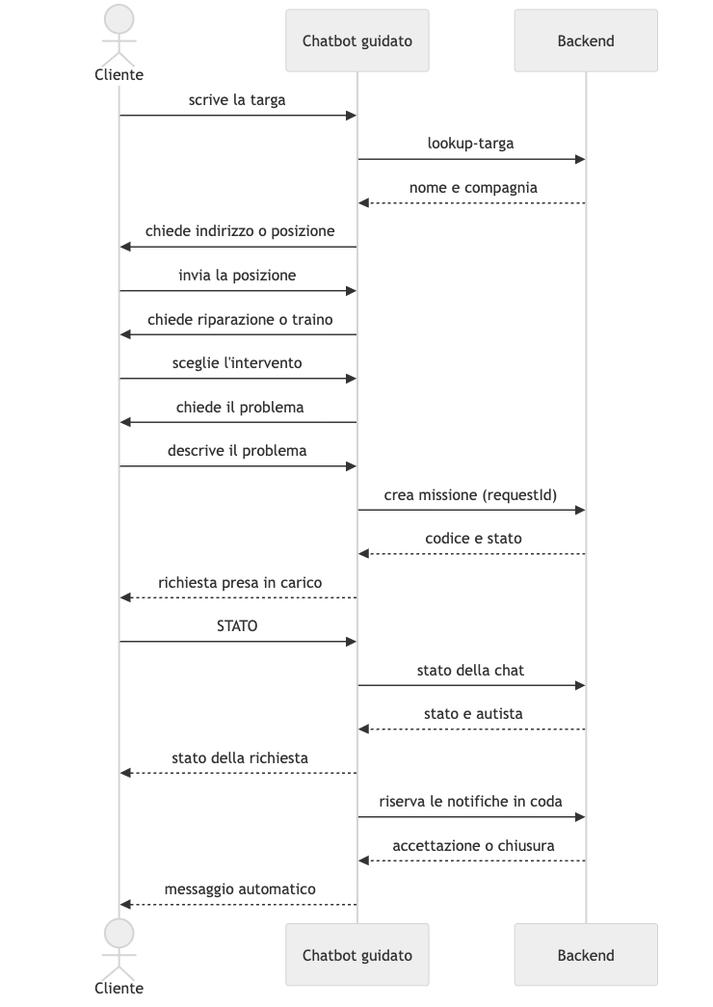
The Mermaid diagram docs/diagrams/rendered/chatbot_sequence.png in coluccimarco/fornitori-soccorso, before a commit. Its source is kept beside it as docs/diagrams/chatbot_sequence.mmd.
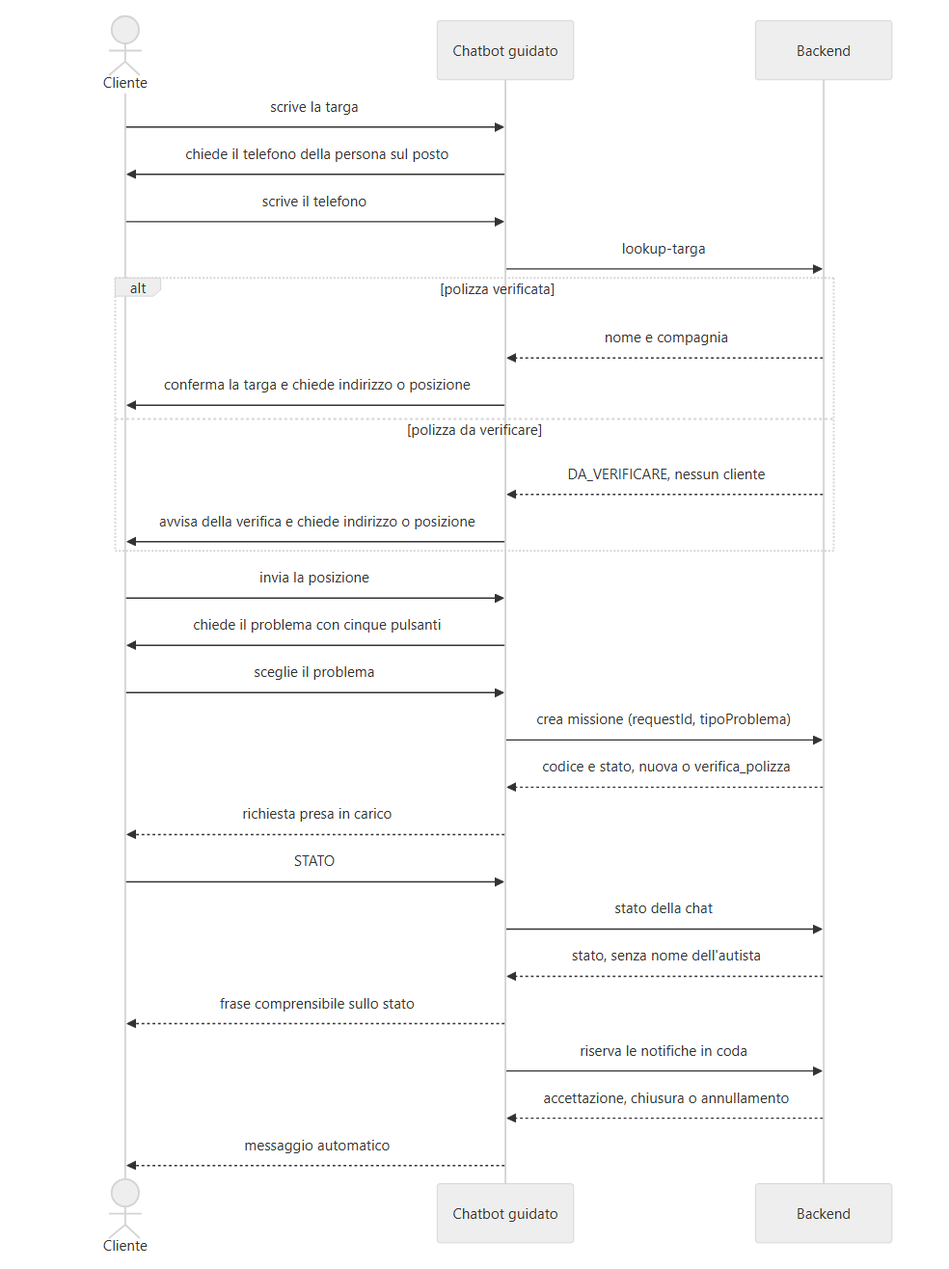
The same file after the commit.

Diff of the diagram source:
```diff
@@ -3,21 +3,26 @@
     participant Bot as Chatbot guidato
     participant API as Backend
     Cliente->>Bot: scrive la targa
+    Bot->>Cliente: chiede il telefono della persona sul posto
+    Cliente->>Bot: scrive il telefono
     Bot->>API: lookup-targa
-    API-->>Bot: nome e compagnia
-    Bot->>Cliente: chiede indirizzo o posizione
+    alt polizza verificata
+        API-->>Bot: nome e compagnia
+        Bot->>Cliente: conferma la targa e chiede indirizzo o posizione
+    else polizza da verificare
+        API-->>Bot: DA_VERIFICARE, nessun cliente
+        Bot->>Cliente: avvisa della verifica e chiede indirizzo o posizione
+    end
     Cliente->>Bot: invia la posizione
-    Bot->>Cliente: chiede riparazione o traino
-    Cliente->>Bot: sceglie l'intervento
-    Bot->>Cliente: chiede il problema
-    Cliente->>Bot: descrive il problema
-    Bot->>API: crea missione (requestId)
-    API-->>Bot: codice e stato
+    Bot->>Cliente: chiede il problema con cinque pulsanti
+    Cliente->>Bot: sceglie il problema
+    Bot->>API: crea missione (requestId, tipoProblema)
+    API-->>Bot: codice e stato, nuova o verifica_polizza
     Bot-->>Cliente: richiesta presa in carico
     Cliente->>Bot: STATO
     Bot->>API: stato della chat
-    API-->>Bot: stato e autista
-    Bot-->>Cliente: stato della richiesta
+    API-->>Bot: stato, senza nome dell'autista
+    Bot-->>Cliente: frase comprensibile sullo stato
     Bot->>API: riserva le notifiche in coda
-    API-->>Bot: accettazione o chiusura
+    API-->>Bot: accettazione, chiusura o annullamento
     Bot-->>Cliente: messaggio automatico
```
